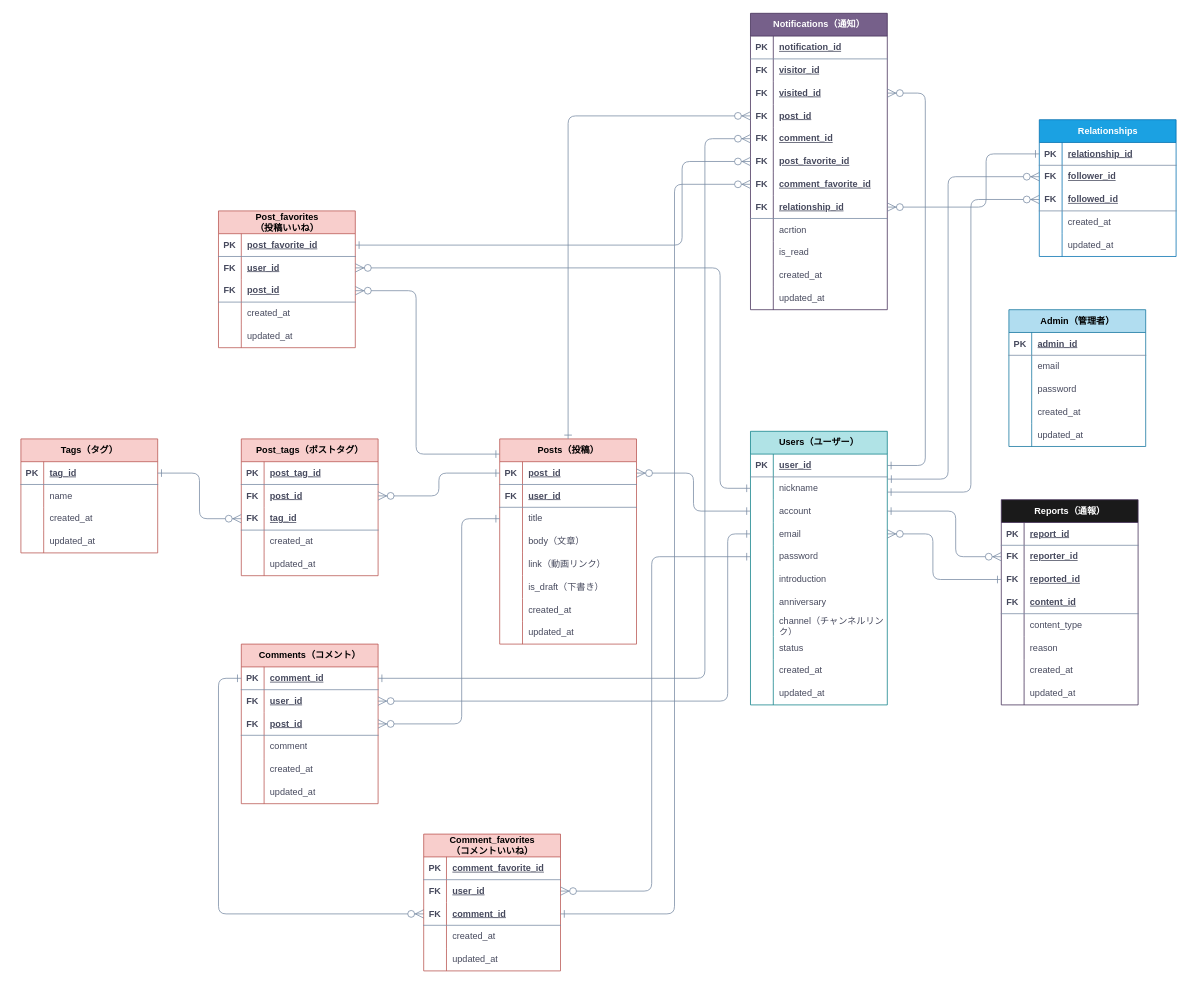
Before: 2seeds.drawio in Ganmo3/drawio, a draw.io diagram. Source tidied: cells renumbered, new cells numbered last; positions are measured from the earlier drawing's top-left corner, leaving out a move shared by most shapes. Both pictures are drawn from the tidied source at 76%, with x=0, y=0 at pixel (13, 13).
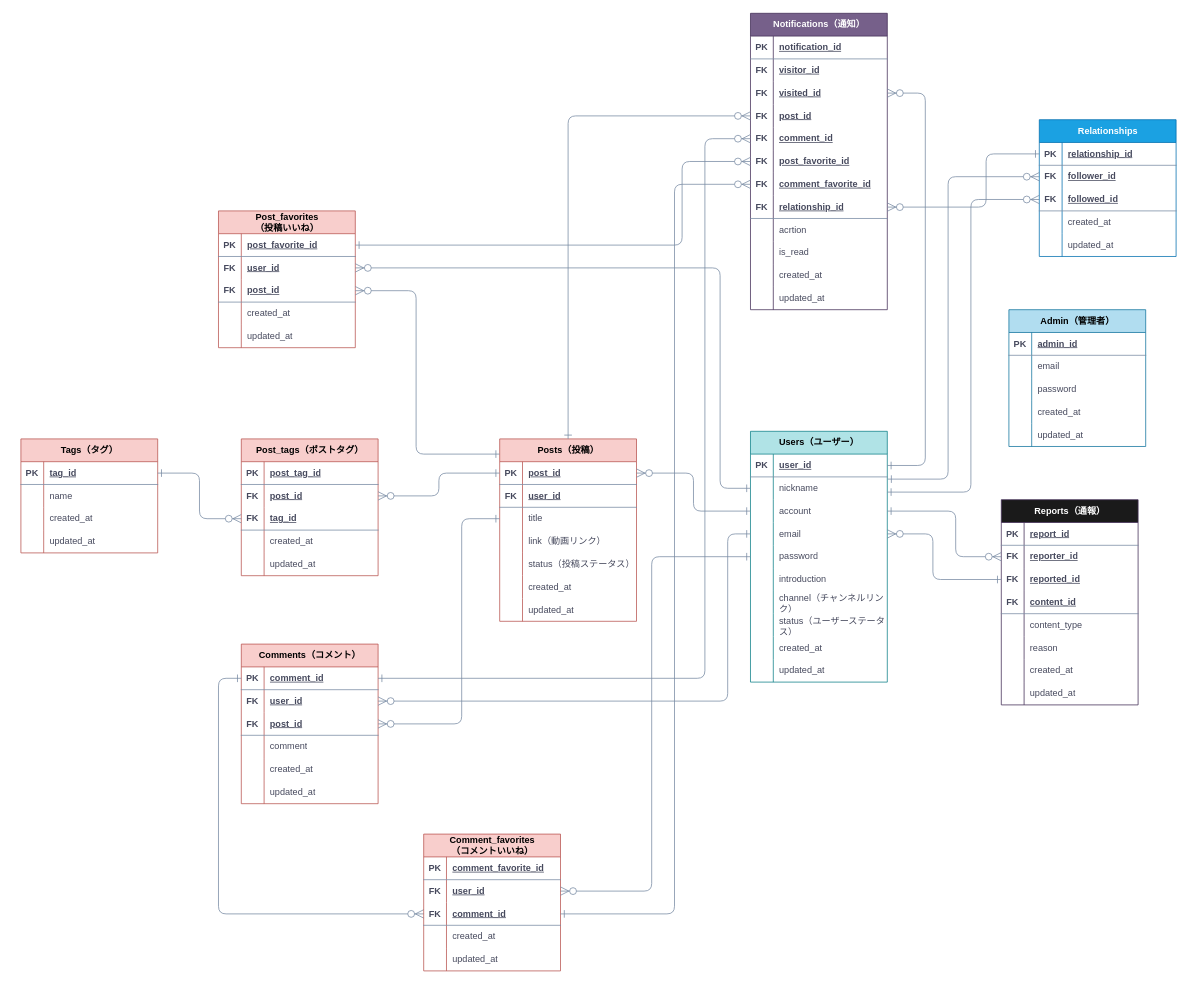
Above is the later version.

Commit message:
2seeds.drawio を更新します

What changed in the source:
```diff
@@
     <mxCell id="18" value="&lt;font color=&quot;#000000&quot;&gt;Users（ユーザー）&lt;/font&gt;" style="shape=table;startSize=30;childLayout=tableLayout;rowLines=0;fontStyle=1;align=center;html=1;fontFamily=Helvetica;fontSize=12;fillColor=#b0e3e6;labelBackgroundColor=none;strokeColor=#0e8088;" parent="1" vertex="1">
-      <mxGeometry x="970" y="550" width="180" height="360" as="geometry" />
+      <mxGeometry x="970" y="550" width="180" height="330" as="geometry" />
     </mxCell>
@@
-    <mxCell id="37" style="shape=tableRow;horizontal=0;startSize=0;swimlaneHead=0;swimlaneBody=0;fillColor=none;top=0;left=0;right=0;bottom=0;strokeColor=#788AA3;fontFamily=Helvetica;fontSize=12;fontColor=#46495D;html=1;labelBackgroundColor=none;" parent="18" vertex="1">
-      <mxGeometry y="210" width="180" height="30" as="geometry" />
-    </mxCell>
-    <mxCell id="38" style="shape=partialRectangle;fillColor=none;top=0;left=0;bottom=0;right=0;overflow=hidden;whiteSpace=wrap;html=1;strokeColor=#788AA3;fontFamily=Helvetica;fontSize=12;fontColor=#46495D;startSize=23;labelBackgroundColor=none;" parent="37" vertex="1">
-      <mxGeometry width="30" height="30" as="geometry" />
-    </mxCell>
-    <mxCell id="39" value="anniversary" style="shape=partialRectangle;fillColor=none;top=0;left=0;bottom=0;right=0;align=left;spacingLeft=6;overflow=hidden;whiteSpace=wrap;html=1;strokeColor=#788AA3;fontFamily=Helvetica;fontSize=12;fontColor=#46495D;startSize=23;labelBackgroundColor=none;" parent="37" vertex="1">
-      <mxGeometry x="30" width="150" height="30" as="geometry" />
-    </mxCell>
     <mxCell id="40" style="shape=tableRow;horizontal=0;startSize=0;swimlaneHead=0;swimlaneBody=0;fillColor=none;top=0;left=0;right=0;bottom=0;strokeColor=#788AA3;fontFamily=Helvetica;fontSize=12;fontColor=#46495D;html=1;labelBackgroundColor=none;" parent="18" vertex="1">
-      <mxGeometry y="240" width="180" height="30" as="geometry" />
+      <mxGeometry y="210" width="180" height="30" as="geometry" />
     </mxCell>
@@
     <mxCell id="43" style="shape=tableRow;horizontal=0;startSize=0;swimlaneHead=0;swimlaneBody=0;fillColor=none;top=0;left=0;right=0;bottom=0;strokeColor=#788AA3;fontFamily=Helvetica;fontSize=12;fontColor=#46495D;html=1;labelBackgroundColor=none;" parent="18" vertex="1">
-      <mxGeometry y="270" width="180" height="30" as="geometry" />
+      <mxGeometry y="240" width="180" height="30" as="geometry" />
     </mxCell>
@@
-    <mxCell id="45" value="status" style="shape=partialRectangle;fillColor=none;top=0;left=0;bottom=0;right=0;align=left;spacingLeft=6;overflow=hidden;whiteSpace=wrap;html=1;strokeColor=#788AA3;fontFamily=Helvetica;fontSize=12;fontColor=#46495D;startSize=23;labelBackgroundColor=none;" parent="43" vertex="1">
+    <mxCell id="45" value="status（ユーザーステータス）" style="shape=partialRectangle;fillColor=none;top=0;left=0;bottom=0;right=0;align=left;spacingLeft=6;overflow=hidden;whiteSpace=wrap;html=1;strokeColor=#788AA3;fontFamily=Helvetica;fontSize=12;fontColor=#46495D;startSize=23;labelBackgroundColor=none;" parent="43" vertex="1">
       <mxGeometry x="30" width="150" height="30" as="geometry" />
     </mxCell>
     <mxCell id="46" style="shape=tableRow;horizontal=0;startSize=0;swimlaneHead=0;swimlaneBody=0;fillColor=none;top=0;left=0;right=0;bottom=0;strokeColor=#788AA3;fontFamily=Helvetica;fontSize=12;fontColor=#46495D;html=1;labelBackgroundColor=none;" parent="18" vertex="1">
-      <mxGeometry y="300" width="180" height="30" as="geometry" />
+      <mxGeometry y="270" width="180" height="30" as="geometry" />
     </mxCell>
@@
     <mxCell id="49" style="shape=tableRow;horizontal=0;startSize=0;swimlaneHead=0;swimlaneBody=0;fillColor=none;top=0;left=0;right=0;bottom=0;strokeColor=#788AA3;fontFamily=Helvetica;fontSize=12;fontColor=#46495D;html=1;labelBackgroundColor=none;" parent="18" vertex="1">
-      <mxGeometry y="330" width="180" height="30" as="geometry" />
+      <mxGeometry y="300" width="180" height="30" as="geometry" />
     </mxCell>
@@
     <mxCell id="56" value="&lt;font color=&quot;#000000&quot;&gt;Posts（投稿）&lt;/font&gt;" style="shape=table;startSize=30;childLayout=tableLayout;rowLines=0;fontStyle=1;align=center;html=1;strokeColor=#b85450;fontFamily=Helvetica;fontSize=12;fillColor=#f8cecc;labelBackgroundColor=none;" parent="1" vertex="1">
-      <mxGeometry x="640" y="560" width="180" height="270" as="geometry" />
+      <mxGeometry x="640" y="560" width="180" height="240" as="geometry" />
     </mxCell>
@@
-    <mxCell id="66" style="shape=tableRow;horizontal=0;startSize=0;swimlaneHead=0;swimlaneBody=0;fillColor=none;top=0;left=0;right=0;bottom=0;strokeColor=#788AA3;fontFamily=Helvetica;fontSize=12;fontColor=#46495D;html=1;labelBackgroundColor=none;" parent="56" vertex="1">
-      <mxGeometry y="120" width="180" height="30" as="geometry" />
-    </mxCell>
-    <mxCell id="67" style="shape=partialRectangle;fillColor=none;top=0;left=0;bottom=0;right=0;overflow=hidden;whiteSpace=wrap;html=1;strokeColor=#788AA3;fontFamily=Helvetica;fontSize=12;fontColor=#46495D;startSize=23;labelBackgroundColor=none;" parent="66" vertex="1">
-      <mxGeometry width="30" height="30" as="geometry" />
-    </mxCell>
-    <mxCell id="68" value="body（文章）" style="shape=partialRectangle;fillColor=none;top=0;left=0;bottom=0;right=0;align=left;spacingLeft=6;overflow=hidden;whiteSpace=wrap;html=1;strokeColor=#788AA3;fontFamily=Helvetica;fontSize=12;fontColor=#46495D;startSize=23;labelBackgroundColor=none;" parent="66" vertex="1">
-      <mxGeometry x="30" width="150" height="30" as="geometry" />
-    </mxCell>
     <mxCell id="69" style="shape=tableRow;horizontal=0;startSize=0;swimlaneHead=0;swimlaneBody=0;fillColor=none;top=0;left=0;right=0;bottom=0;strokeColor=#788AA3;fontFamily=Helvetica;fontSize=12;fontColor=#46495D;html=1;labelBackgroundColor=none;" parent="56" vertex="1">
-      <mxGeometry y="150" width="180" height="30" as="geometry" />
+      <mxGeometry y="120" width="180" height="30" as="geometry" />
     </mxCell>
@@
     <mxCell id="72" style="shape=tableRow;horizontal=0;startSize=0;swimlaneHead=0;swimlaneBody=0;fillColor=none;top=0;left=0;right=0;bottom=0;strokeColor=#788AA3;fontFamily=Helvetica;fontSize=12;fontColor=#46495D;html=1;labelBackgroundColor=none;" parent="56" vertex="1">
-      <mxGeometry y="180" width="180" height="30" as="geometry" />
+      <mxGeometry y="150" width="180" height="30" as="geometry" />
     </mxCell>
@@
-    <mxCell id="74" value="is_draft（下書き）" style="shape=partialRectangle;fillColor=none;top=0;left=0;bottom=0;right=0;align=left;spacingLeft=6;overflow=hidden;whiteSpace=wrap;html=1;strokeColor=#788AA3;fontFamily=Helvetica;fontSize=12;fontColor=#46495D;startSize=23;labelBackgroundColor=none;" parent="72" vertex="1">
+    <mxCell id="74" value="status（投稿ステータス）" style="shape=partialRectangle;fillColor=none;top=0;left=0;bottom=0;right=0;align=left;spacingLeft=6;overflow=hidden;whiteSpace=wrap;html=1;strokeColor=#788AA3;fontFamily=Helvetica;fontSize=12;fontColor=#46495D;startSize=23;labelBackgroundColor=none;" parent="72" vertex="1">
       <mxGeometry x="30" width="150" height="30" as="geometry" />
     </mxCell>
     <mxCell id="75" style="shape=tableRow;horizontal=0;startSize=0;swimlaneHead=0;swimlaneBody=0;fillColor=none;top=0;left=0;right=0;bottom=0;strokeColor=#788AA3;fontFamily=Helvetica;fontSize=12;fontColor=#46495D;html=1;labelBackgroundColor=none;" parent="56" vertex="1">
-      <mxGeometry y="210" width="180" height="30" as="geometry" />
+      <mxGeometry y="180" width="180" height="30" as="geometry" />
     </mxCell>
@@
     <mxCell id="78" style="shape=tableRow;horizontal=0;startSize=0;swimlaneHead=0;swimlaneBody=0;fillColor=none;top=0;left=0;right=0;bottom=0;strokeColor=#788AA3;fontFamily=Helvetica;fontSize=12;fontColor=#46495D;html=1;labelBackgroundColor=none;" parent="56" vertex="1">
-      <mxGeometry y="240" width="180" height="30" as="geometry" />
+      <mxGeometry y="210" width="180" height="30" as="geometry" />
     </mxCell>
```
